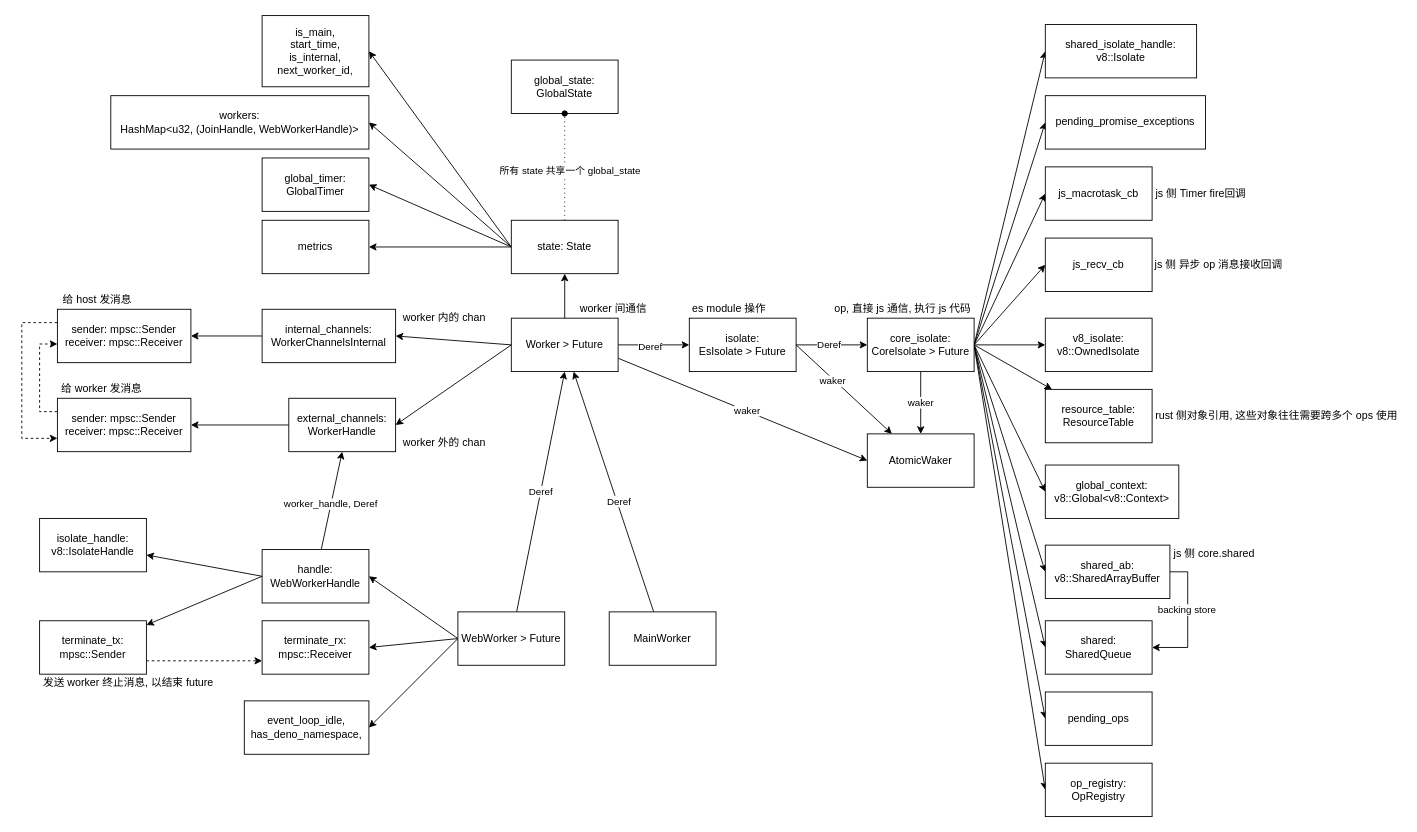
Above: deno.drawio in abbshr/diagram (draw.io), before the change. Source tidied: cells renumbered, new cells numbered last; positions are measured from the earlier drawing's top-left corner, leaving out a move shared by most shapes. Both pictures are drawn from the tidied source at 89%, with x=0, y=0 at pixel (21, 15).
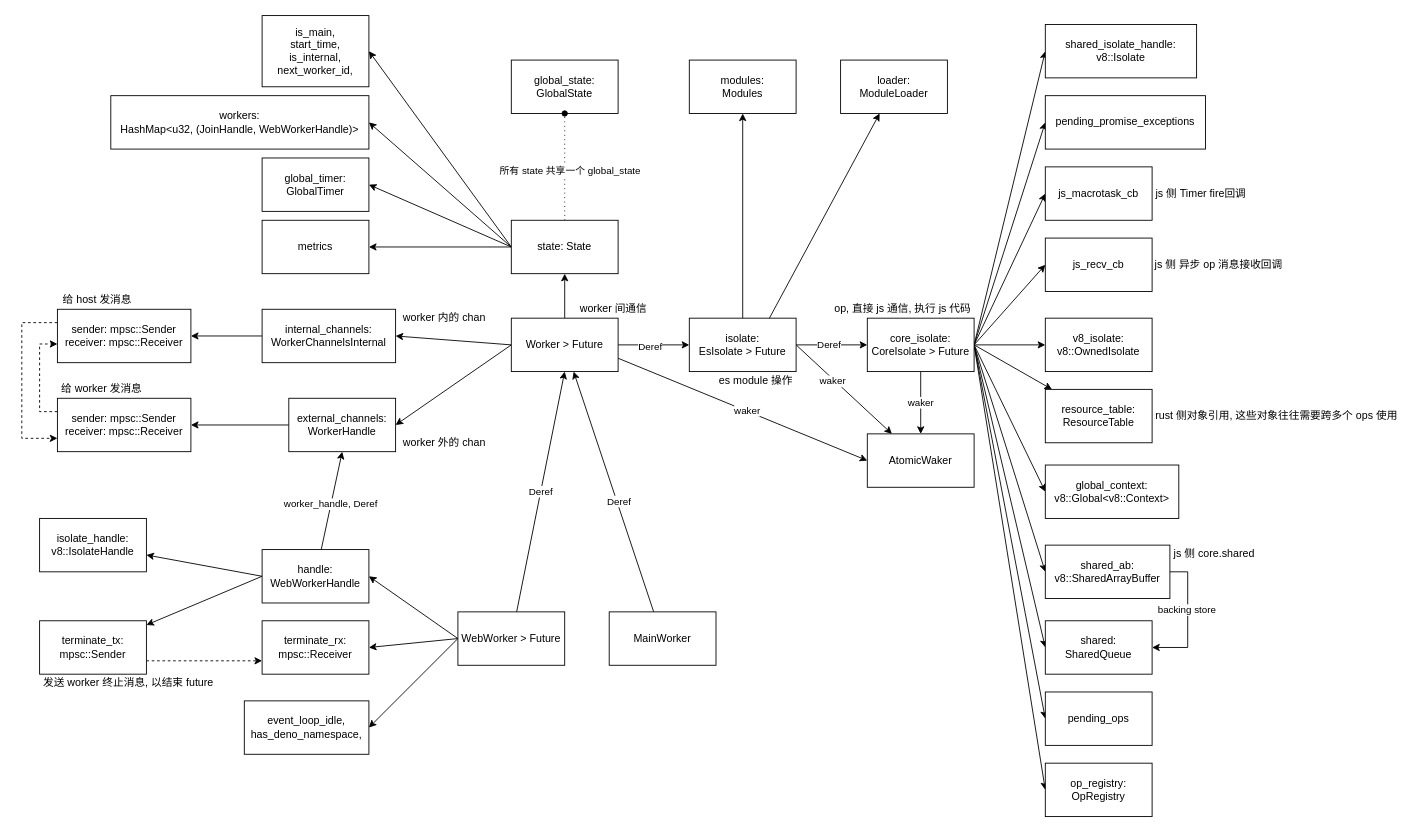
Above is the later version.

Unchanged cells that the change refers to:
```xml
<mxCell id="30" value="isolate:&lt;br&gt;EsIsolate &amp;gt; Future" style="rounded=0;whiteSpace=wrap;html=1;" parent="1" vertex="1">
  <mxGeometry x="750" y="340" width="120" height="60" as="geometry" />
</mxCell>
```

The edit, as a diff of the source:
```diff
@@
+    <mxCell id="93" style="rounded=0;jettySize=auto;html=1;" parent="1" edge="1" source="30" target="94">
+      <mxGeometry relative="1" as="geometry" />
+    </mxCell>
@@
+    <mxCell id="94" value="modules:&lt;br&gt;Modules" style="rounded=0;whiteSpace=wrap;html=1;" parent="1" vertex="1">
+      <mxGeometry x="750" y="50" width="120" height="60" as="geometry" />
+    </mxCell>
@@
+    <mxCell id="95" style="rounded=0;jettySize=auto;html=1;exitX=0.75;exitY=0;exitDx=0;exitDy=0;" parent="1" edge="1" source="30" target="96">
+      <mxGeometry relative="1" as="geometry" />
+    </mxCell>
     <mxCell id="90" value="es module 操作" style="text;html=1;strokeColor=none;fillColor=none;align=center;verticalAlign=middle;whiteSpace=wrap;rounded=0;" parent="1" vertex="1">
-      <mxGeometry x="750" y="320" width="90" height="20" as="geometry" />
+      <mxGeometry x="780" y="400" width="90" height="20" as="geometry" />
     </mxCell>
@@
+    <mxCell id="96" value="loader:&lt;br&gt;ModuleLoader" style="rounded=0;whiteSpace=wrap;html=1;" parent="1" vertex="1">
+      <mxGeometry x="920" y="50" width="120" height="60" as="geometry" />
+    </mxCell>
```
